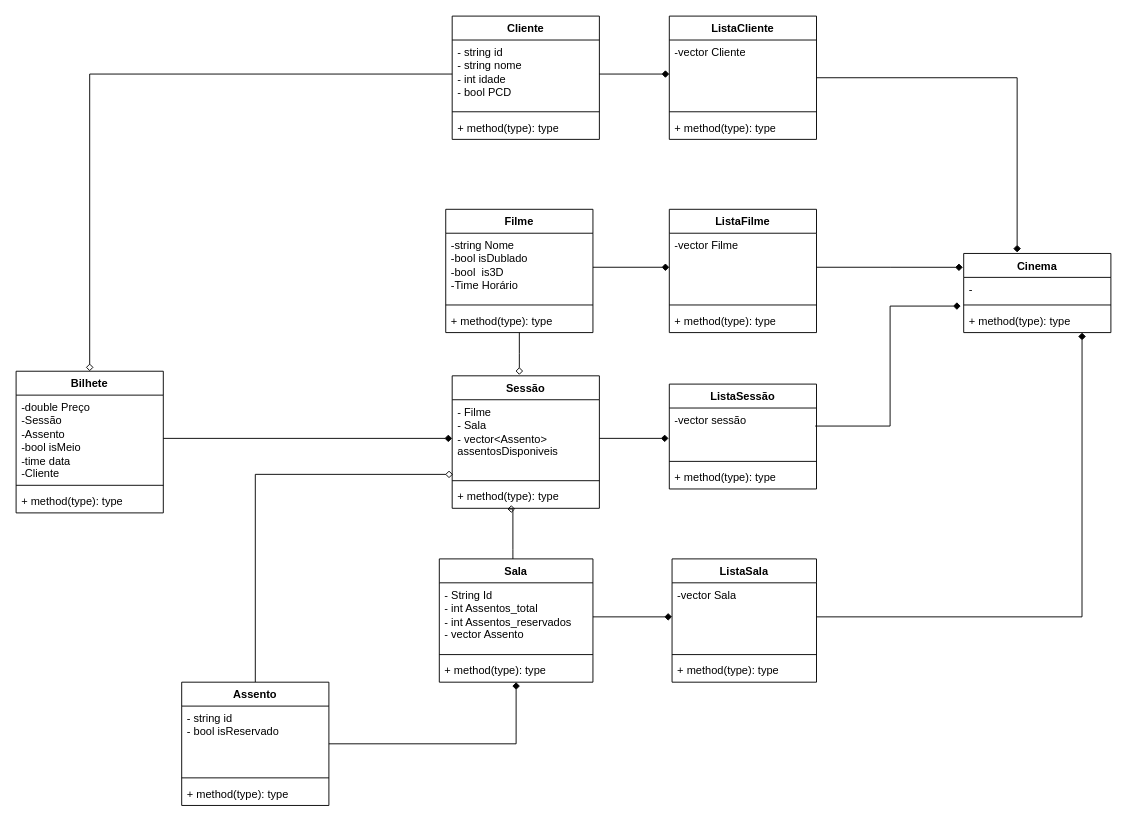
Above: Diagrama sem nome.drawio in eramoss/CineCon (draw.io), before the change. Source tidied: cells renumbered, new cells numbered last; positions are measured from the earlier drawing's top-left corner, leaving out a move shared by most shapes. Both pictures are drawn from the tidied source at 92%, with x=0, y=0 at pixel (16, 16).
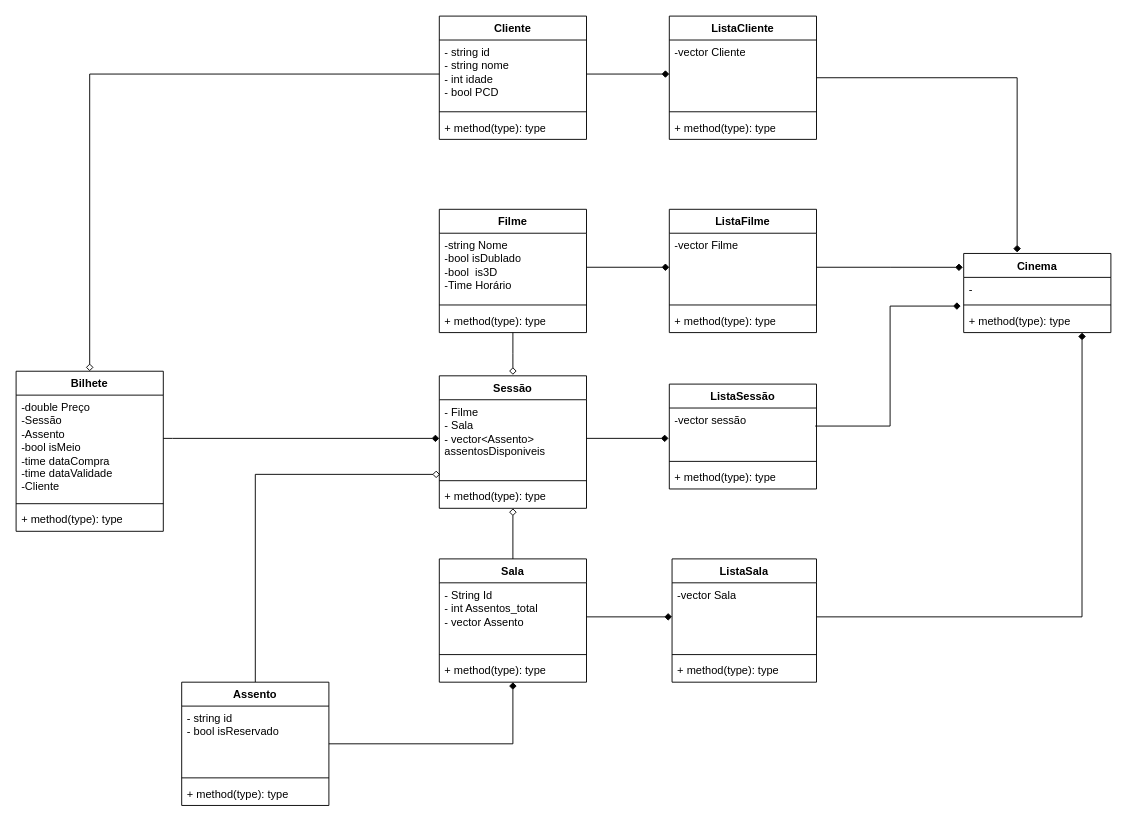
The same page after the edit.

Commit message:
adcionando data de compra e validade no bilhete

The change refers to these unchanged cells:
```xml
<mxCell id="21" value="- Filme&lt;br&gt;- Sala&lt;br&gt;- vector&amp;lt;Assento&amp;gt; assentosDisponiveis" style="text;strokeColor=none;fillColor=none;align=left;verticalAlign=top;spacingLeft=4;spacingRight=4;overflow=hidden;points=[[0,0.5],[1,0.5]];portConstraint=eastwest;whiteSpace=wrap;html=1;" parent="20" vertex="1">
  <mxGeometry y="26" width="160" height="84" as="geometry" />
</mxCell>
<mxCell id="23" value="+ method(type): type" style="text;strokeColor=none;fillColor=none;align=left;verticalAlign=top;spacingLeft=4;spacingRight=4;overflow=hidden;points=[[0,0.5],[1,0.5]];portConstraint=eastwest;whiteSpace=wrap;html=1;" parent="20" vertex="1">
  <mxGeometry y="118" width="160" height="26" as="geometry" />
</mxCell>
```

What changed in the source:
```diff
@@
     <mxCell id="7" value="Bilhete" style="swimlane;fontStyle=1;align=center;verticalAlign=top;horizontal=1;startSize=26;whiteSpace=wrap;html=1;" parent="1" vertex="1">
-      <mxGeometry y="386" width="160" height="154" as="geometry" />
+      <mxGeometry y="386" width="160" height="174" as="geometry" />
     </mxCell>
-    <mxCell id="8" value="-double Preço&lt;br&gt;&lt;div&gt;-Sessão&lt;/div&gt;&lt;div&gt;-Assento&lt;br&gt;&lt;/div&gt;&lt;div&gt;-bool isMeio&lt;/div&gt;&lt;div&gt;-time data&lt;/div&gt;&lt;div&gt;-Cliente&lt;br&gt;&lt;/div&gt;" style="text;strokeColor=none;fillColor=none;align=left;verticalAlign=top;spacingLeft=4;spacingRight=4;overflow=hidden;points=[[0,0.5],[1,0.5]];portConstraint=eastwest;whiteSpace=wrap;html=1;" parent="7" vertex="1">
-      <mxGeometry y="26" width="160" height="94" as="geometry" />
+    <mxCell id="8" value="-double Preço&lt;br&gt;&lt;div&gt;-Sessão&lt;/div&gt;&lt;div&gt;-Assento&lt;br&gt;&lt;/div&gt;&lt;div&gt;-bool isMeio&lt;/div&gt;&lt;div&gt;-time dataCompra&lt;/div&gt;&lt;div&gt;-time dataValidade&lt;br&gt;&lt;/div&gt;&lt;div&gt;-Cliente&lt;br&gt;&lt;/div&gt;" style="text;strokeColor=none;fillColor=none;align=left;verticalAlign=top;spacingLeft=4;spacingRight=4;overflow=hidden;points=[[0,0.5],[1,0.5]];portConstraint=eastwest;whiteSpace=wrap;html=1;" parent="7" vertex="1">
+      <mxGeometry y="26" width="160" height="114" as="geometry" />
     </mxCell>
     <mxCell id="9" style="line;strokeWidth=1;fillColor=none;align=left;verticalAlign=middle;spacingTop=-1;spacingLeft=3;spacingRight=3;labelPosition=right;strokeColor=inherit;" parent="7" vertex="1">
-      <mxGeometry y="120" width="160" height="8" as="geometry" />
+      <mxGeometry y="140" width="160" height="8" as="geometry" />
     </mxCell>
     <mxCell id="10" value="+ method(type): type" style="text;strokeColor=none;fillColor=none;align=left;verticalAlign=top;spacingLeft=4;spacingRight=4;overflow=hidden;whiteSpace=wrap;html=1;" parent="7" vertex="1">
-      <mxGeometry y="128" width="160" height="26" as="geometry" />
+      <mxGeometry y="148" width="160" height="26" as="geometry" />
     </mxCell>
     <mxCell id="11" value="Cliente" style="swimlane;fontStyle=1;align=center;verticalAlign=top;horizontal=1;startSize=26;whiteSpace=wrap;html=1;" parent="1" vertex="1">
-      <mxGeometry x="474" width="160" height="134" as="geometry" />
+      <mxGeometry x="460" width="160" height="134" as="geometry" />
     </mxCell>
@@
     <mxCell id="15" style="edgeStyle=orthogonalEdgeStyle;rounded=0;jettySize=auto;html=1;endArrow=diamond;endFill=0;" parent="1" edge="1" source="16">
       <mxGeometry relative="1" as="geometry">
-        <mxPoint x="547" y="390" as="targetPoint" />
+        <mxPoint x="540" y="390" as="targetPoint" />
       </mxGeometry>
     </mxCell>
     <mxCell id="16" value="Filme" style="swimlane;fontStyle=1;align=center;verticalAlign=top;horizontal=1;startSize=26;whiteSpace=wrap;html=1;" parent="1" vertex="1">
-      <mxGeometry x="467" y="210" width="160" height="134" as="geometry" />
+      <mxGeometry x="460" y="210" width="160" height="134" as="geometry" />
     </mxCell>
@@
     <mxCell id="20" value="Sessão" style="swimlane;fontStyle=1;align=center;verticalAlign=top;horizontal=1;startSize=26;whiteSpace=wrap;html=1;" parent="1" vertex="1">
-      <mxGeometry x="474" y="391" width="160" height="144" as="geometry" />
+      <mxGeometry x="460" y="391" width="160" height="144" as="geometry" />
     </mxCell>
@@
-    <mxCell id="30" style="edgeStyle=orthogonalEdgeStyle;rounded=0;jettySize=auto;html=1;entryX=0.428;entryY=1.032;entryDx=0;entryDy=0;entryPerimeter=0;endArrow=diamond;endFill=0;" parent="1" edge="1" source="31" target="23">
-      <mxGeometry relative="1" as="geometry">
-        <Array as="points">
-          <mxPoint x="540" y="580" />
-          <mxPoint x="540" y="580" />
-        </Array>
-      </mxGeometry>
-    </mxCell>
+    <mxCell id="60" style="edgeStyle=orthogonalEdgeStyle;rounded=0;jettySize=auto;html=1;entryX=0.5;entryY=1;entryDx=0;entryDy=0;endArrow=diamond;endFill=0;" parent="1" edge="1" source="31" target="20">
+      <mxGeometry relative="1" as="geometry" />
+    </mxCell>
     <mxCell id="31" value="Sala" style="swimlane;fontStyle=1;align=center;verticalAlign=top;horizontal=1;startSize=26;whiteSpace=wrap;html=1;" parent="1" vertex="1">
-      <mxGeometry x="460" y="590" width="167" height="134" as="geometry" />
+      <mxGeometry x="460" y="590" width="160" height="134" as="geometry" />
     </mxCell>
-    <mxCell id="32" value="&lt;div&gt;- String Id&lt;/div&gt;&lt;div&gt;- int Assentos_total&lt;/div&gt;&lt;div&gt;- int Assentos_reservados&lt;/div&gt;&lt;div&gt;- vector Assento&lt;br&gt;&lt;/div&gt;" style="text;strokeColor=none;fillColor=none;align=left;verticalAlign=top;spacingLeft=4;spacingRight=4;overflow=hidden;points=[[0,0.5],[1,0.5]];portConstraint=eastwest;whiteSpace=wrap;html=1;" parent="31" vertex="1">
-      <mxGeometry y="26" width="167" height="74" as="geometry" />
+    <mxCell id="32" value="&lt;div&gt;- String Id&lt;/div&gt;&lt;div&gt;- int Assentos_total&lt;/div&gt;&lt;div&gt;- vector Assento&lt;br&gt;&lt;/div&gt;" style="text;strokeColor=none;fillColor=none;align=left;verticalAlign=top;spacingLeft=4;spacingRight=4;overflow=hidden;points=[[0,0.5],[1,0.5]];portConstraint=eastwest;whiteSpace=wrap;html=1;" parent="31" vertex="1">
+      <mxGeometry y="26" width="160" height="74" as="geometry" />
     </mxCell>
     <mxCell id="33" style="line;strokeWidth=1;fillColor=none;align=left;verticalAlign=middle;spacingTop=-1;spacingLeft=3;spacingRight=3;labelPosition=right;strokeColor=inherit;" parent="31" vertex="1">
-      <mxGeometry y="100" width="167" height="8" as="geometry" />
+      <mxGeometry y="100" width="160" height="8" as="geometry" />
     </mxCell>
     <mxCell id="34" value="+ method(type): type" style="text;strokeColor=none;fillColor=none;align=left;verticalAlign=top;spacingLeft=4;spacingRight=4;overflow=hidden;whiteSpace=wrap;html=1;" parent="31" vertex="1">
-      <mxGeometry y="108" width="167" height="26" as="geometry" />
+      <mxGeometry y="108" width="160" height="26" as="geometry" />
     </mxCell>
@@
     <mxCell id="56" style="edgeStyle=orthogonalEdgeStyle;rounded=0;jettySize=auto;html=1;entryX=0;entryY=0.5;entryDx=0;entryDy=0;endArrow=diamond;endFill=1;" parent="1" edge="1" source="8" target="21">
-      <mxGeometry relative="1" as="geometry" />
+      <mxGeometry relative="1" as="geometry">
+        <Array as="points">
+          <mxPoint x="170" y="459" />
+          <mxPoint x="170" y="459" />
+        </Array>
+      </mxGeometry>
     </mxCell>
```
